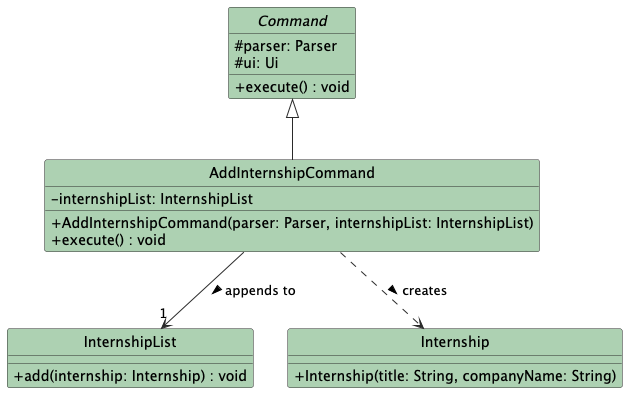
This is docs/diagrams/AddInternshipCommandClassDiagram.png from AY2526S2-CS2113-W10-4/tp, a PlantUML export, as it was before one commit.
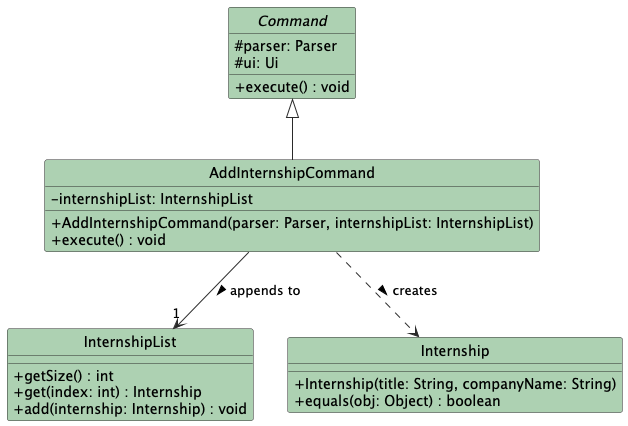
After the commit.

What changed in the source:
```diff
@@ -20,11 +20,14 @@
 }
 
 class InternshipList {
+  + getSize() : int
+  + get(index: int) : Internship
   + add(internship: Internship) : void
 }
 
 class Internship {
   + Internship(title: String, companyName: String)
+  + equals(obj: Object) : boolean
 }
 
 Command <|-- AddInternshipCommand
```
